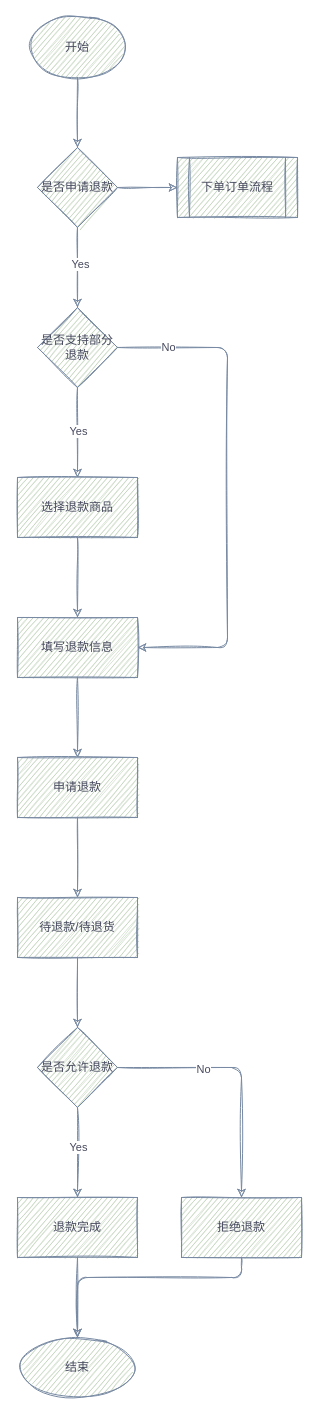
qq865738120/diagrams keeps this draw.io diagram as 微商城订单退款流程.drawio. Above is the earlier version. Source tidied: cells renumbered, new cells numbered last; positions are measured from the earlier drawing's top-left corner, leaving out a move shared by most shapes. Both pictures are drawn from the tidied source at 100%, with x=0, y=0 at pixel (17, 17).
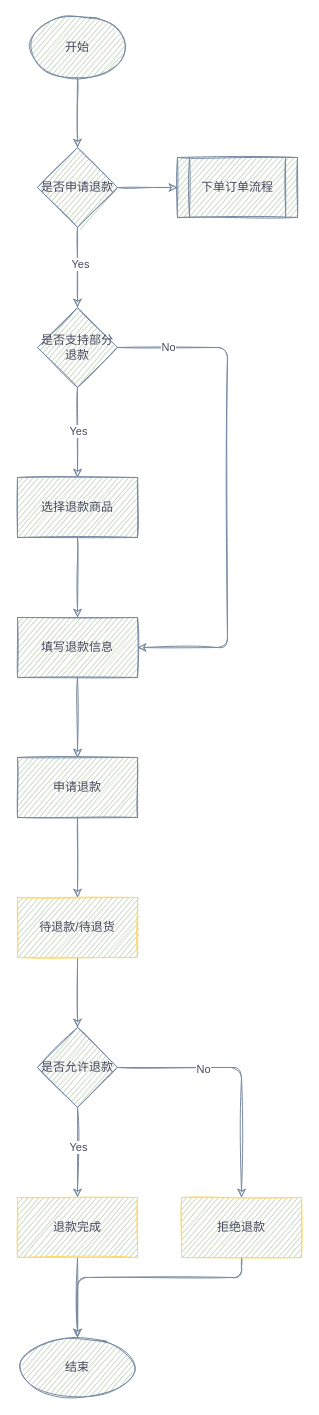
Above is the later version.

Commit message (it also covers changes not shown here):
Update 微商城订单退款流程.drawio

What changed in the source:
```diff
@@
-    <mxCell id="19" value="待退款/待退货" style="whiteSpace=wrap;html=1;fontColor=#46495D;strokeColor=#788AA3;strokeWidth=1;fillColor=#B2C9AB;sketch=1;" parent="1" vertex="1">
+    <mxCell id="19" value="待退款/待退货" style="whiteSpace=wrap;html=1;fontColor=#46495D;strokeWidth=1;fillColor=#B2C9AB;sketch=1;strokeColor=#FFD966;" parent="1" vertex="1">
       <mxGeometry y="880" width="120" height="60" as="geometry" />
     </mxCell>
@@
-    <mxCell id="26" value="退款完成" style="whiteSpace=wrap;html=1;fontColor=#46495D;strokeColor=#788AA3;strokeWidth=1;fillColor=#B2C9AB;sketch=1;" parent="1" vertex="1">
+    <mxCell id="26" value="退款完成" style="whiteSpace=wrap;html=1;fontColor=#46495D;strokeWidth=1;fillColor=#B2C9AB;sketch=1;strokeColor=#FFD966;" parent="1" vertex="1">
       <mxGeometry y="1180" width="120" height="60" as="geometry" />
     </mxCell>
@@
-    <mxCell id="28" value="拒绝退款" style="whiteSpace=wrap;html=1;fontColor=#46495D;strokeColor=#788AA3;strokeWidth=1;fillColor=#B2C9AB;sketch=1;" parent="1" vertex="1">
+    <mxCell id="28" value="拒绝退款" style="whiteSpace=wrap;html=1;fontColor=#46495D;strokeWidth=1;fillColor=#B2C9AB;sketch=1;strokeColor=#FFD966;" parent="1" vertex="1">
       <mxGeometry x="164" y="1180" width="120" height="60" as="geometry" />
     </mxCell>
```
